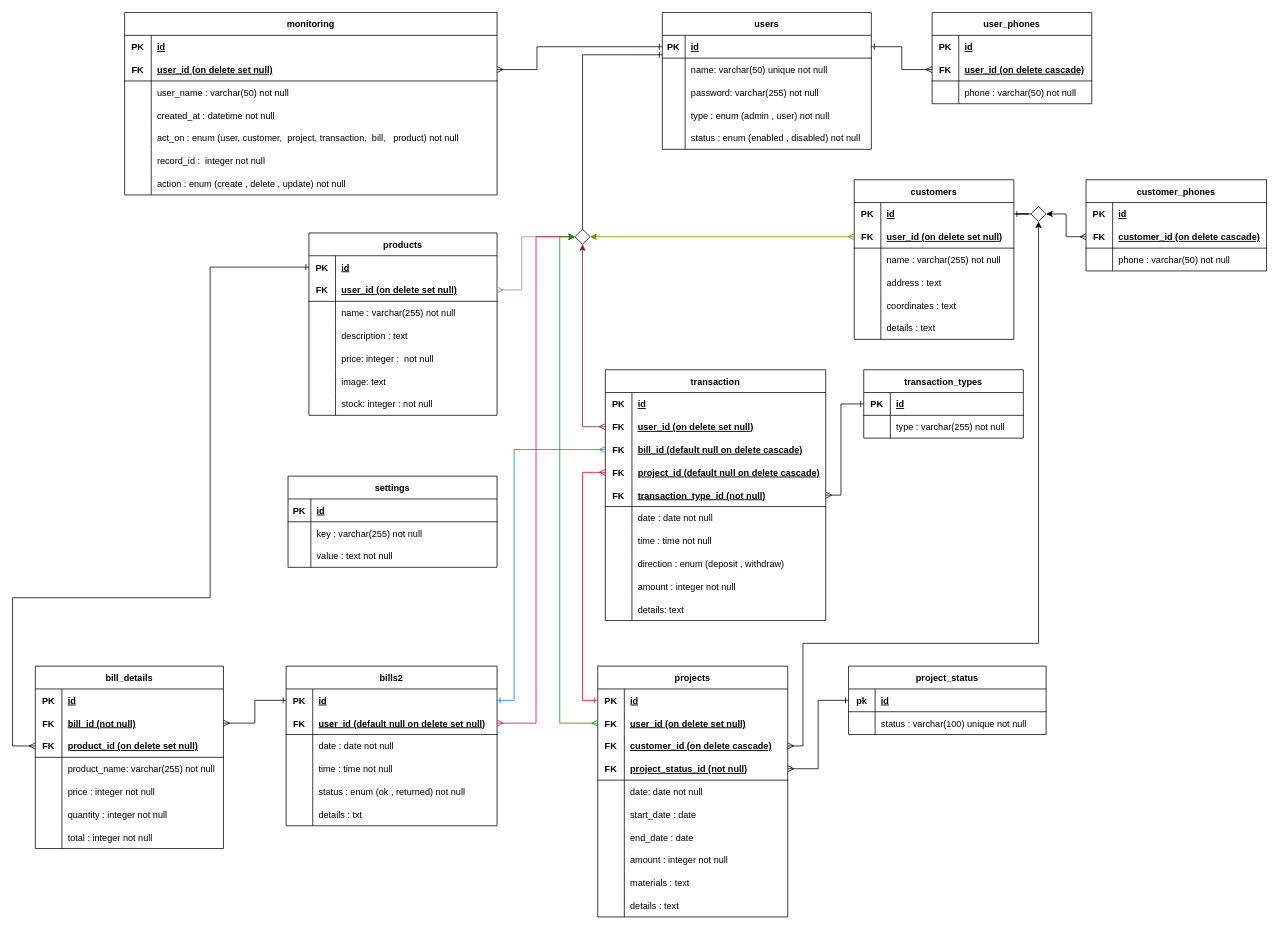
khaledfathi/ModernHouse keeps this draw.io diagram as page "Schema" (2 of 2) of Diagrams/drawio/ModernHouse.drawio. Above is the earlier version. Source tidied: cells renumbered, new cells numbered last; positions are measured from the earlier drawing's top-left corner, leaving out a move shared by most shapes. Both pictures are drawn from the tidied source at 76%, with x=0, y=0 at pixel (12, 12).
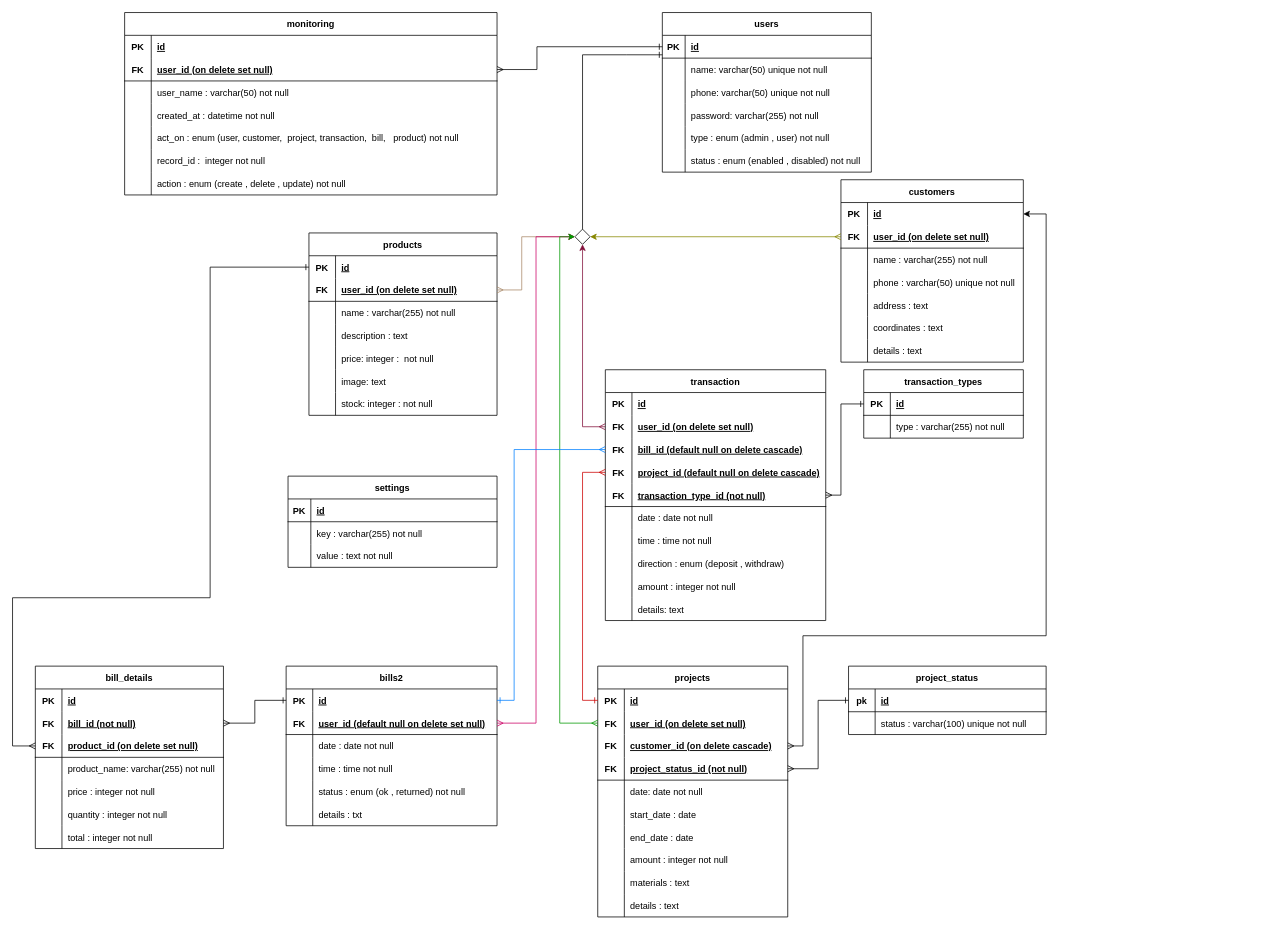
After the change.

Unchanged cells that the change refers to:
```xml
<mxCell id="120" style="shape=tableRow;horizontal=0;startSize=0;swimlaneHead=0;swimlaneBody=0;fillColor=none;points=[[0,0.5],[1,0.5]];portConstraint=eastwest;top=0;left=0;right=0;bottom=0;" parent="113" vertex="1">
  <mxGeometry y="90" width="250" height="30" as="geometry" />
</mxCell>
<mxCell id="181" style="shape=tableRow;horizontal=0;startSize=0;swimlaneHead=0;swimlaneBody=0;fillColor=none;points=[[0,0.5],[1,0.5]];portConstraint=eastwest;top=0;left=0;right=0;bottom=1;" parent="180" vertex="1">
  <mxGeometry y="30" width="275" height="30" as="geometry" />
</mxCell>
```

Change to the diagram source:
```diff
@@
     <mxCell id="151" value="customers" style="shape=table;startSize=30;childLayout=tableLayout;rowLines=0;fontStyle=1;align=center;" parent="1" vertex="1">
-      <mxGeometry x="1107.5" y="220" width="210" height="210" as="geometry" />
+      <mxGeometry x="1090" y="220" width="240" height="240" as="geometry" />
     </mxCell>
     <mxCell id="152" style="shape=tableRow;horizontal=0;startSize=0;swimlaneHead=0;swimlaneBody=0;fillColor=none;points=[[0,0.5],[1,0.5]];portConstraint=eastwest;top=0;left=0;right=0;bottom=0;" parent="151" vertex="1">
-      <mxGeometry y="30" width="210" height="30" as="geometry" />
+      <mxGeometry y="30" width="240" height="30" as="geometry" />
     </mxCell>
@@
     <mxCell id="154" value="id" style="shape=partialRectangle;fillColor=none;top=0;left=0;bottom=0;right=0;align=left;spacingLeft=6;fontStyle=5;overflow=hidden;" parent="152" vertex="1">
-      <mxGeometry x="35" width="175" height="30" as="geometry" />
+      <mxGeometry x="35" width="205" height="30" as="geometry" />
     </mxCell>
     <mxCell id="155" style="shape=tableRow;horizontal=0;startSize=0;swimlaneHead=0;swimlaneBody=0;fillColor=none;points=[[0,0.5],[1,0.5]];portConstraint=eastwest;top=0;left=0;right=0;bottom=1;" parent="151" vertex="1">
-      <mxGeometry y="60" width="210" height="30" as="geometry" />
+      <mxGeometry y="60" width="240" height="30" as="geometry" />
     </mxCell>
@@
     <mxCell id="157" value="user_id (on delete set null)" style="shape=partialRectangle;fillColor=none;top=0;left=0;bottom=0;right=0;align=left;spacingLeft=6;fontStyle=5;overflow=hidden;" parent="155" vertex="1">
-      <mxGeometry x="35" width="175" height="30" as="geometry" />
+      <mxGeometry x="35" width="205" height="30" as="geometry" />
     </mxCell>
     <mxCell id="158" style="shape=tableRow;horizontal=0;startSize=0;swimlaneHead=0;swimlaneBody=0;fillColor=none;top=0;left=0;right=0;bottom=0;" parent="151" vertex="1">
-      <mxGeometry y="90" width="210" height="30" as="geometry" />
+      <mxGeometry y="90" width="240" height="30" as="geometry" />
     </mxCell>
@@
     <mxCell id="160" value="name : varchar(255) not null" style="shape=partialRectangle;fillColor=none;top=0;left=0;bottom=0;right=0;align=left;spacingLeft=6;overflow=hidden;" parent="158" vertex="1">
-      <mxGeometry x="35" width="175" height="30" as="geometry" />
+      <mxGeometry x="35" width="205" height="30" as="geometry" />
     </mxCell>
+    <mxCell id="247" style="shape=tableRow;horizontal=0;startSize=0;swimlaneHead=0;swimlaneBody=0;fillColor=none;top=0;left=0;right=0;bottom=0;" parent="151" vertex="1">
+      <mxGeometry y="120" width="240" height="30" as="geometry" />
+    </mxCell>
+    <mxCell id="248" style="shape=partialRectangle;fillColor=none;top=0;left=0;bottom=0;right=0;overflow=hidden;" parent="247" vertex="1">
+      <mxGeometry width="35" height="30" as="geometry" />
+    </mxCell>
+    <mxCell id="249" value="phone : varchar(50) unique not null" style="shape=partialRectangle;fillColor=none;top=0;left=0;bottom=0;right=0;align=left;spacingLeft=6;overflow=hidden;" parent="247" vertex="1">
+      <mxGeometry x="35" width="205" height="30" as="geometry" />
+    </mxCell>
     <mxCell id="161" style="shape=tableRow;horizontal=0;startSize=0;swimlaneHead=0;swimlaneBody=0;fillColor=none;top=0;left=0;right=0;bottom=0;" parent="151" vertex="1">
-      <mxGeometry y="120" width="210" height="30" as="geometry" />
+      <mxGeometry y="150" width="240" height="30" as="geometry" />
     </mxCell>
@@
     <mxCell id="163" value="address : text " style="shape=partialRectangle;fillColor=none;top=0;left=0;bottom=0;right=0;align=left;spacingLeft=6;overflow=hidden;" parent="161" vertex="1">
-      <mxGeometry x="35" width="175" height="30" as="geometry" />
+      <mxGeometry x="35" width="205" height="30" as="geometry" />
     </mxCell>
     <mxCell id="164" style="shape=tableRow;horizontal=0;startSize=0;swimlaneHead=0;swimlaneBody=0;fillColor=none;top=0;left=0;right=0;bottom=0;" parent="151" vertex="1">
-      <mxGeometry y="150" width="210" height="30" as="geometry" />
+      <mxGeometry y="180" width="240" height="30" as="geometry" />
     </mxCell>
@@
     <mxCell id="166" value="coordinates : text" style="shape=partialRectangle;fillColor=none;top=0;left=0;bottom=0;right=0;align=left;spacingLeft=6;overflow=hidden;" parent="164" vertex="1">
-      <mxGeometry x="35" width="175" height="30" as="geometry" />
+      <mxGeometry x="35" width="205" height="30" as="geometry" />
     </mxCell>
     <mxCell id="167" style="shape=tableRow;horizontal=0;startSize=0;swimlaneHead=0;swimlaneBody=0;fillColor=none;top=0;left=0;right=0;bottom=0;" parent="151" vertex="1">
-      <mxGeometry y="180" width="210" height="30" as="geometry" />
+      <mxGeometry y="210" width="240" height="30" as="geometry" />
     </mxCell>
@@
     <mxCell id="169" value="details : text" style="shape=partialRectangle;fillColor=none;top=0;left=0;bottom=0;right=0;align=left;spacingLeft=6;overflow=hidden;" parent="167" vertex="1">
-      <mxGeometry x="35" width="175" height="30" as="geometry" />
+      <mxGeometry x="35" width="205" height="30" as="geometry" />
     </mxCell>
-    <mxCell id="170" value="customer_phones" style="shape=table;startSize=30;childLayout=tableLayout;rowLines=0;fontStyle=1;align=center;" parent="1" vertex="1">
-      <mxGeometry x="1412.5" y="220" width="237.5" height="120" as="geometry" />
-    </mxCell>
-    <mxCell id="171" style="shape=tableRow;horizontal=0;startSize=0;swimlaneHead=0;swimlaneBody=0;fillColor=none;top=0;left=0;right=0;bottom=0;" parent="170" vertex="1">
-      <mxGeometry y="30" width="237.5" height="30" as="geometry" />
-    </mxCell>
-    <mxCell id="172" value="PK" style="shape=partialRectangle;fillColor=none;top=0;left=0;bottom=0;right=0;fontStyle=1;overflow=hidden;" parent="171" vertex="1">
-      <mxGeometry width="35" height="30" as="geometry" />
-    </mxCell>
-    <mxCell id="173" value="id" style="shape=partialRectangle;fillColor=none;top=0;left=0;bottom=0;right=0;align=left;spacingLeft=6;fontStyle=5;overflow=hidden;" parent="171" vertex="1">
-      <mxGeometry x="35" width="202.5" height="30" as="geometry" />
-    </mxCell>
-    <mxCell id="174" style="shape=tableRow;horizontal=0;startSize=0;swimlaneHead=0;swimlaneBody=0;fillColor=none;points=[[0,0.5],[1,0.5]];portConstraint=eastwest;top=0;left=0;right=0;bottom=1;" parent="170" vertex="1">
-      <mxGeometry y="60" width="237.5" height="30" as="geometry" />
-    </mxCell>
-    <mxCell id="175" value="FK" style="shape=partialRectangle;fillColor=none;top=0;left=0;bottom=0;right=0;fontStyle=1;overflow=hidden;" parent="174" vertex="1">
-      <mxGeometry width="35" height="30" as="geometry" />
-    </mxCell>
-    <mxCell id="176" value="customer_id (on delete cascade)" style="shape=partialRectangle;fillColor=none;top=0;left=0;bottom=0;right=0;align=left;spacingLeft=6;fontStyle=5;overflow=hidden;" parent="174" vertex="1">
-      <mxGeometry x="35" width="202.5" height="30" as="geometry" />
-    </mxCell>
-    <mxCell id="177" style="shape=tableRow;horizontal=0;startSize=0;swimlaneHead=0;swimlaneBody=0;fillColor=none;top=0;left=0;right=0;bottom=0;" parent="170" vertex="1">
-      <mxGeometry y="90" width="237.5" height="30" as="geometry" />
-    </mxCell>
-    <mxCell id="178" style="shape=partialRectangle;fillColor=none;top=0;left=0;bottom=0;right=0;overflow=hidden;" parent="177" vertex="1">
-      <mxGeometry width="35" height="30" as="geometry" />
-    </mxCell>
-    <mxCell id="179" value="phone : varchar(50) not null" style="shape=partialRectangle;fillColor=none;top=0;left=0;bottom=0;right=0;align=left;spacingLeft=6;overflow=hidden;" parent="177" vertex="1">
-      <mxGeometry x="35" width="202.5" height="30" as="geometry" />
-    </mxCell>
     <mxCell id="180" value="users" style="shape=table;startSize=30;childLayout=tableLayout;rowLines=0;fontStyle=1;align=center;" parent="1" vertex="1">
-      <mxGeometry x="855" width="275" height="180" as="geometry" />
+      <mxGeometry x="855" width="275" height="210" as="geometry" />
     </mxCell>
@@
+    <mxCell id="250" style="shape=tableRow;horizontal=0;startSize=0;swimlaneHead=0;swimlaneBody=0;fillColor=none;top=0;left=0;right=0;bottom=0;" parent="180" vertex="1">
+      <mxGeometry y="90" width="275" height="30" as="geometry" />
+    </mxCell>
+    <mxCell id="251" style="shape=partialRectangle;fillColor=none;top=0;left=0;bottom=0;right=0;overflow=hidden;" parent="250" vertex="1">
+      <mxGeometry width="30" height="30" as="geometry" />
+    </mxCell>
+    <mxCell id="252" value="phone: varchar(50) unique not null" style="shape=partialRectangle;fillColor=none;top=0;left=0;bottom=0;right=0;align=left;spacingLeft=6;overflow=hidden;" parent="250" vertex="1">
+      <mxGeometry x="30" width="245" height="30" as="geometry" />
+    </mxCell>
     <mxCell id="187" style="shape=tableRow;horizontal=0;startSize=0;swimlaneHead=0;swimlaneBody=0;fillColor=none;top=0;left=0;right=0;bottom=0;" parent="180" vertex="1">
-      <mxGeometry y="90" width="275" height="30" as="geometry" />
+      <mxGeometry y="120" width="275" height="30" as="geometry" />
     </mxCell>
@@
     <mxCell id="190" style="shape=tableRow;horizontal=0;startSize=0;swimlaneHead=0;swimlaneBody=0;fillColor=none;top=0;left=0;right=0;bottom=0;" parent="180" vertex="1">
-      <mxGeometry y="120" width="275" height="30" as="geometry" />
+      <mxGeometry y="150" width="275" height="30" as="geometry" />
     </mxCell>
@@
     <mxCell id="193" style="shape=tableRow;horizontal=0;startSize=0;swimlaneHead=0;swimlaneBody=0;fillColor=none;top=0;left=0;right=0;bottom=0;" parent="180" vertex="1">
-      <mxGeometry y="150" width="275" height="30" as="geometry" />
+      <mxGeometry y="180" width="275" height="30" as="geometry" />
     </mxCell>
@@
-    <mxCell id="196" value="user_phones" style="shape=table;startSize=30;childLayout=tableLayout;rowLines=0;fontStyle=1;align=center;" parent="1" vertex="1">
-      <mxGeometry x="1210" width="210" height="120" as="geometry" />
-    </mxCell>
-    <mxCell id="197" style="shape=tableRow;horizontal=0;startSize=0;swimlaneHead=0;swimlaneBody=0;fillColor=none;top=0;left=0;right=0;bottom=0;" parent="196" vertex="1">
-      <mxGeometry y="30" width="210" height="30" as="geometry" />
-    </mxCell>
-    <mxCell id="198" value="PK" style="shape=partialRectangle;fillColor=none;top=0;left=0;bottom=0;right=0;fontStyle=1;overflow=hidden;" parent="197" vertex="1">
-      <mxGeometry width="35" height="30" as="geometry" />
-    </mxCell>
-    <mxCell id="199" value="id" style="shape=partialRectangle;fillColor=none;top=0;left=0;bottom=0;right=0;align=left;spacingLeft=6;fontStyle=5;overflow=hidden;" parent="197" vertex="1">
-      <mxGeometry x="35" width="175" height="30" as="geometry" />
-    </mxCell>
-    <mxCell id="200" style="shape=tableRow;horizontal=0;startSize=0;swimlaneHead=0;swimlaneBody=0;fillColor=none;points=[[0,0.5],[1,0.5]];portConstraint=eastwest;top=0;left=0;right=0;bottom=1;" parent="196" vertex="1">
-      <mxGeometry y="60" width="210" height="30" as="geometry" />
-    </mxCell>
-    <mxCell id="201" value="FK" style="shape=partialRectangle;fillColor=none;top=0;left=0;bottom=0;right=0;fontStyle=1;overflow=hidden;" parent="200" vertex="1">
-      <mxGeometry width="35" height="30" as="geometry" />
-    </mxCell>
-    <mxCell id="202" value="user_id (on delete cascade)" style="shape=partialRectangle;fillColor=none;top=0;left=0;bottom=0;right=0;align=left;spacingLeft=6;fontStyle=5;overflow=hidden;" parent="200" vertex="1">
-      <mxGeometry x="35" width="175" height="30" as="geometry" />
-    </mxCell>
-    <mxCell id="203" style="shape=tableRow;horizontal=0;startSize=0;swimlaneHead=0;swimlaneBody=0;fillColor=none;top=0;left=0;right=0;bottom=0;" parent="196" vertex="1">
-      <mxGeometry y="90" width="210" height="30" as="geometry" />
-    </mxCell>
-    <mxCell id="204" style="shape=partialRectangle;fillColor=none;top=0;left=0;bottom=0;right=0;overflow=hidden;" parent="203" vertex="1">
-      <mxGeometry width="35" height="30" as="geometry" />
-    </mxCell>
-    <mxCell id="205" value="phone : varchar(50) not null" style="shape=partialRectangle;fillColor=none;top=0;left=0;bottom=0;right=0;align=left;spacingLeft=6;overflow=hidden;" parent="203" vertex="1">
-      <mxGeometry x="35" width="175" height="30" as="geometry" />
-    </mxCell>
-    <mxCell id="206" style="edgeStyle=orthogonalEdgeStyle;rounded=0;jettySize=auto;html=1;entryX=1;entryY=0.5;entryDx=0;entryDy=0;startArrow=ERmany;startFill=0;endArrow=ERone;endFill=0;exitX=0;exitY=0.5;exitDx=0;exitDy=0;" parent="1" edge="1" source="200" target="181">
-      <mxGeometry relative="1" as="geometry" />
-    </mxCell>
@@
-    <mxCell id="242" style="edgeStyle=orthogonalEdgeStyle;rounded=0;jettySize=auto;html=1;entryX=0.5;entryY=1;entryDx=0;entryDy=0;strokeColor=#000000;startArrow=ERmany;startFill=0;endArrow=classic;endFill=1;" parent="1" edge="1" source="120" target="243">
+    <mxCell id="242" style="edgeStyle=orthogonalEdgeStyle;rounded=0;jettySize=auto;html=1;strokeColor=#000000;startArrow=ERmany;startFill=0;endArrow=classic;endFill=1;entryX=1;entryY=0.5;entryDx=0;entryDy=0;" parent="1" edge="1" source="120" target="152">
       <mxGeometry relative="1" as="geometry">
         <Array as="points">
           <mxPoint x="1040" y="965" />
-          <mxPoint x="1040" y="830" />
-          <mxPoint x="1350" y="830" />
+          <mxPoint x="1040" y="820" />
+          <mxPoint x="1360" y="820" />
+          <mxPoint x="1360" y="265" />
         </Array>
       </mxGeometry>
     </mxCell>
-    <mxCell id="243" style="rhombus;whiteSpace=wrap;html=1;" parent="1" vertex="1">
-      <mxGeometry x="1340" y="255" width="20" height="20" as="geometry" />
-    </mxCell>
-    <mxCell id="244" style="edgeStyle=orthogonalEdgeStyle;rounded=0;jettySize=auto;html=1;entryX=1;entryY=0.5;entryDx=0;entryDy=0;startArrow=ERmany;startFill=0;endArrow=classic;endFill=1;" parent="1" edge="1" source="174" target="243">
-      <mxGeometry relative="1" as="geometry" />
-    </mxCell>
-    <mxCell id="245" style="edgeStyle=orthogonalEdgeStyle;rounded=0;jettySize=auto;html=1;entryX=0;entryY=0.5;entryDx=0;entryDy=0;strokeColor=#000000;startArrow=ERone;startFill=0;endArrow=none;endFill=0;" parent="1" edge="1" source="152" target="243">
-      <mxGeometry relative="1" as="geometry" />
-    </mxCell>
```
